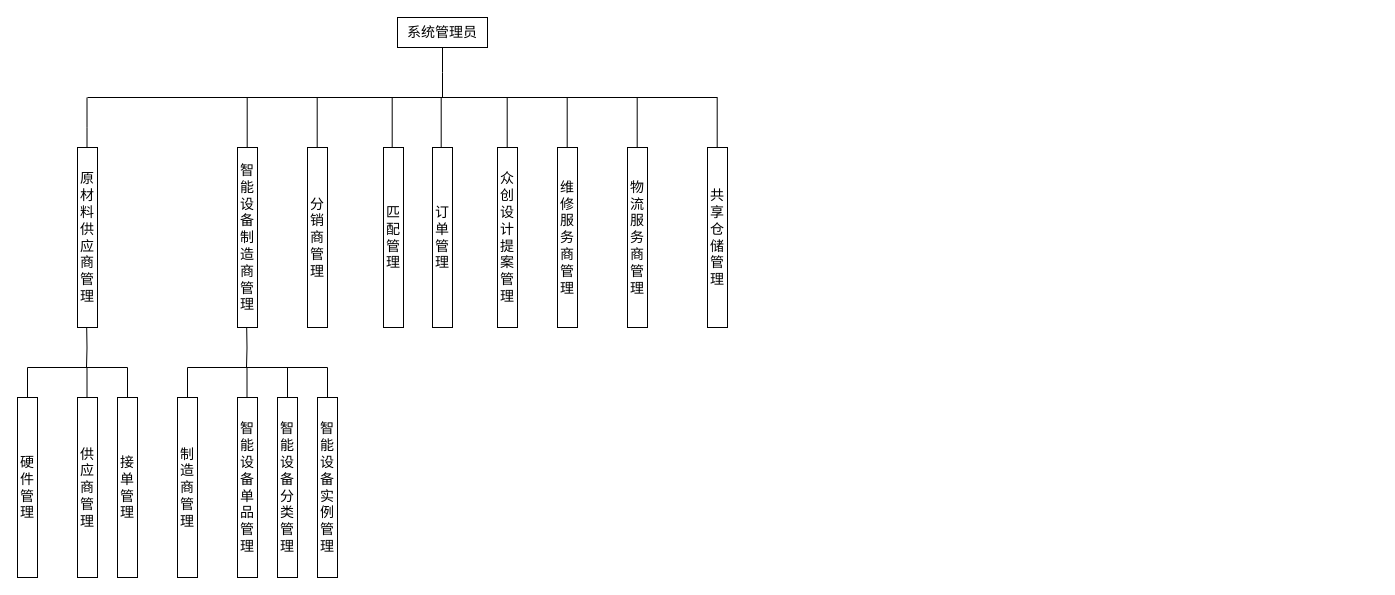
Before: 毕设/功能模块图.drawio in 2919282119/charts, a draw.io diagram. Source tidied: cells renumbered, new cells numbered last; positions are measured from the earlier drawing's top-left corner, leaving out a move shared by most shapes. Both pictures are drawn from the tidied source at 100%, with x=0, y=0 at pixel (17, 17).
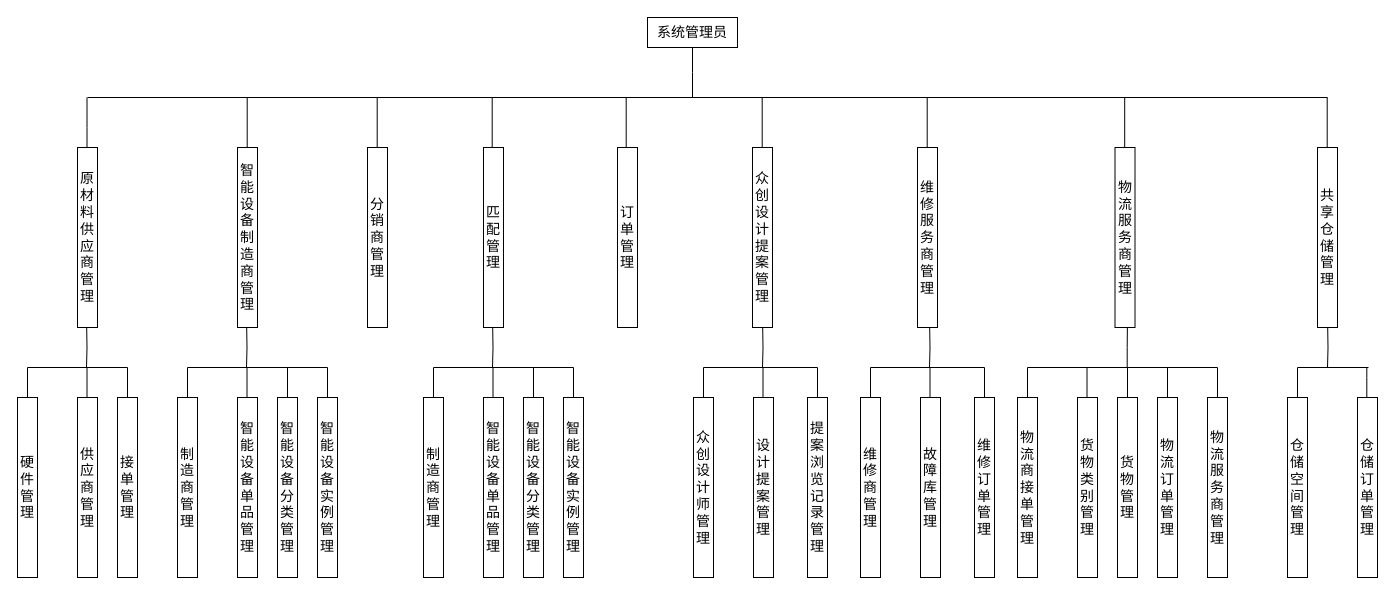
After the change.

Commit message (it also covers changes not shown here):
更新功能模块图.drawio

Change to the diagram source:
```diff
@@
     <mxCell id="2" style="endArrow=none;html=1;rounded=0;strokeColor=default;align=center;verticalAlign=middle;fontFamily=Helvetica;fontSize=11;fontColor=default;labelBackgroundColor=default;edgeStyle=orthogonalEdgeStyle;" parent="1" edge="1">
       <mxGeometry relative="1" as="geometry">
         <mxPoint x="70" y="80" as="sourcePoint" />
-        <mxPoint x="700" y="80" as="targetPoint" />
+        <mxPoint x="1310" y="80" as="targetPoint" />
       </mxGeometry>
     </mxCell>
     <mxCell id="3" style="group;" parent="1" vertex="1">
-      <mxGeometry x="380" width="90" height="80" as="geometry" />
+      <mxGeometry x="630" width="90" height="80" as="geometry" />
     </mxCell>
@@
     <mxCell id="6" value="&lt;font style=&quot;font-size: 14px;&quot;&gt;分销商管理&lt;/font&gt;" style="rounded=0;whiteSpace=wrap;html=1;" parent="1" vertex="1">
-      <mxGeometry x="290" y="130" width="20" height="180" as="geometry" />
+      <mxGeometry x="350" y="130" width="20" height="180" as="geometry" />
     </mxCell>
     <mxCell id="7" value="&lt;span style=&quot;font-size: 14px;&quot;&gt;匹配管理&lt;/span&gt;" style="rounded=0;whiteSpace=wrap;html=1;" parent="1" vertex="1">
-      <mxGeometry x="366" y="130" width="20" height="180" as="geometry" />
+      <mxGeometry x="466" y="130" width="20" height="180" as="geometry" />
     </mxCell>
@@
     <mxCell id="11" value="&lt;span style=&quot;font-size: 14px;&quot;&gt;订单管理&lt;/span&gt;" style="rounded=0;whiteSpace=wrap;html=1;" parent="1" vertex="1">
-      <mxGeometry x="415" y="130" width="20" height="180" as="geometry" />
+      <mxGeometry x="600" y="130" width="20" height="180" as="geometry" />
     </mxCell>
     <mxCell id="12" value="&lt;span style=&quot;font-size: 14px;&quot;&gt;共享仓储管理&lt;/span&gt;" style="rounded=0;whiteSpace=wrap;html=1;" parent="1" vertex="1">
-      <mxGeometry x="690" y="130" width="20" height="180" as="geometry" />
+      <mxGeometry x="1300" y="130" width="20" height="180" as="geometry" />
     </mxCell>
     <mxCell id="13" value="&lt;span style=&quot;font-size: 14px;&quot;&gt;物流服务商管理&lt;/span&gt;" style="rounded=0;whiteSpace=wrap;html=1;" parent="1" vertex="1">
-      <mxGeometry x="610" y="130" width="20" height="180" as="geometry" />
+      <mxGeometry x="1097.5" y="130" width="20" height="180" as="geometry" />
     </mxCell>
     <mxCell id="14" value="&lt;span style=&quot;font-size: 14px;&quot;&gt;维修服务商管理&lt;/span&gt;" style="rounded=0;whiteSpace=wrap;html=1;" parent="1" vertex="1">
-      <mxGeometry x="540" y="130" width="20" height="180" as="geometry" />
+      <mxGeometry x="900" y="130" width="20" height="180" as="geometry" />
     </mxCell>
     <mxCell id="15" value="&lt;span style=&quot;font-size: 14px;&quot;&gt;众创设计提案管理&lt;/span&gt;" style="rounded=0;whiteSpace=wrap;html=1;" parent="1" vertex="1">
-      <mxGeometry x="480" y="130" width="20" height="180" as="geometry" />
+      <mxGeometry x="735" y="130" width="20" height="180" as="geometry" />
     </mxCell>
@@
     <mxCell id="17" style="endArrow=none;html=1;rounded=0;strokeColor=default;align=center;verticalAlign=middle;fontFamily=Helvetica;fontSize=11;fontColor=default;labelBackgroundColor=default;edgeStyle=orthogonalEdgeStyle;" parent="1" edge="1">
       <mxGeometry relative="1" as="geometry">
-        <mxPoint x="374.7" y="130" as="sourcePoint" />
-        <mxPoint x="374.7" y="80" as="targetPoint" />
+        <mxPoint x="474.7" y="130" as="sourcePoint" />
+        <mxPoint x="474.7" y="80" as="targetPoint" />
       </mxGeometry>
     </mxCell>
     <mxCell id="18" style="endArrow=none;html=1;rounded=0;strokeColor=default;align=center;verticalAlign=middle;fontFamily=Helvetica;fontSize=11;fontColor=default;labelBackgroundColor=default;edgeStyle=orthogonalEdgeStyle;" parent="1" edge="1">
       <mxGeometry relative="1" as="geometry">
-        <mxPoint x="299.7" y="130" as="sourcePoint" />
-        <mxPoint x="299.7" y="80" as="targetPoint" />
+        <mxPoint x="359.7" y="130" as="sourcePoint" />
+        <mxPoint x="359.7" y="80" as="targetPoint" />
       </mxGeometry>
     </mxCell>
     <mxCell id="19" style="endArrow=none;html=1;rounded=0;strokeColor=default;align=center;verticalAlign=middle;fontFamily=Helvetica;fontSize=11;fontColor=default;labelBackgroundColor=default;edgeStyle=orthogonalEdgeStyle;" parent="1" edge="1">
       <mxGeometry relative="1" as="geometry">
-        <mxPoint x="489.7" y="130" as="sourcePoint" />
-        <mxPoint x="489.7" y="80" as="targetPoint" />
+        <mxPoint x="744.7" y="130" as="sourcePoint" />
+        <mxPoint x="744.7" y="80" as="targetPoint" />
       </mxGeometry>
     </mxCell>
     <mxCell id="20" style="endArrow=none;html=1;rounded=0;strokeColor=default;align=center;verticalAlign=middle;fontFamily=Helvetica;fontSize=11;fontColor=default;labelBackgroundColor=default;edgeStyle=orthogonalEdgeStyle;" parent="1" edge="1">
       <mxGeometry relative="1" as="geometry">
-        <mxPoint x="549.7" y="130" as="sourcePoint" />
-        <mxPoint x="549.7" y="80" as="targetPoint" />
+        <mxPoint x="909.7" y="130" as="sourcePoint" />
+        <mxPoint x="909.7" y="80" as="targetPoint" />
       </mxGeometry>
     </mxCell>
     <mxCell id="21" style="endArrow=none;html=1;rounded=0;strokeColor=default;align=center;verticalAlign=middle;fontFamily=Helvetica;fontSize=11;fontColor=default;labelBackgroundColor=default;edgeStyle=orthogonalEdgeStyle;" parent="1" edge="1">
       <mxGeometry relative="1" as="geometry">
-        <mxPoint x="423.7" y="130" as="sourcePoint" />
-        <mxPoint x="423.7" y="80" as="targetPoint" />
+        <mxPoint x="608.7" y="130" as="sourcePoint" />
+        <mxPoint x="608.7" y="80" as="targetPoint" />
       </mxGeometry>
     </mxCell>
     <mxCell id="22" style="endArrow=none;html=1;rounded=0;strokeColor=default;align=center;verticalAlign=middle;fontFamily=Helvetica;fontSize=11;fontColor=default;labelBackgroundColor=default;edgeStyle=orthogonalEdgeStyle;" parent="1" edge="1">
       <mxGeometry relative="1" as="geometry">
-        <mxPoint x="619.7" y="130" as="sourcePoint" />
-        <mxPoint x="619.7" y="80" as="targetPoint" />
+        <mxPoint x="1107.2" y="130" as="sourcePoint" />
+        <mxPoint x="1107.2" y="80" as="targetPoint" />
       </mxGeometry>
     </mxCell>
     <mxCell id="23" style="endArrow=none;html=1;rounded=0;strokeColor=default;align=center;verticalAlign=middle;fontFamily=Helvetica;fontSize=11;fontColor=default;labelBackgroundColor=default;edgeStyle=orthogonalEdgeStyle;" parent="1" edge="1">
       <mxGeometry relative="1" as="geometry">
-        <mxPoint x="699.7" y="130" as="sourcePoint" />
-        <mxPoint x="699.7" y="80" as="targetPoint" />
+        <mxPoint x="1309.7" y="130" as="sourcePoint" />
+        <mxPoint x="1309.7" y="80" as="targetPoint" />
       </mxGeometry>
     </mxCell>
@@
+    <mxCell id="44" style="endArrow=none;html=1;rounded=0;strokeColor=default;align=center;verticalAlign=middle;fontFamily=Helvetica;fontSize=11;fontColor=default;labelBackgroundColor=default;edgeStyle=orthogonalEdgeStyle;" parent="1" edge="1">
+      <mxGeometry relative="1" as="geometry">
+        <mxPoint x="556" y="380" as="sourcePoint" />
+        <mxPoint x="556" y="350" as="targetPoint" />
+      </mxGeometry>
+    </mxCell>
+    <mxCell id="45" style="group;" parent="1" vertex="1">
+      <mxGeometry x="406" y="310" width="120" height="250" as="geometry" />
+    </mxCell>
+    <mxCell id="46" style="endArrow=none;html=1;rounded=0;strokeColor=default;align=center;verticalAlign=middle;fontFamily=Helvetica;fontSize=11;fontColor=default;labelBackgroundColor=default;edgeStyle=orthogonalEdgeStyle;" parent="45" edge="1">
+      <mxGeometry relative="1" as="geometry">
+        <mxPoint x="69" y="40" as="sourcePoint" />
+        <mxPoint x="69.2" as="targetPoint" />
+      </mxGeometry>
+    </mxCell>
+    <mxCell id="47" style="endArrow=none;html=1;rounded=0;strokeColor=default;align=center;verticalAlign=middle;fontFamily=Helvetica;fontSize=11;fontColor=default;labelBackgroundColor=default;edgeStyle=orthogonalEdgeStyle;" parent="45" edge="1">
+      <mxGeometry relative="1" as="geometry">
+        <mxPoint x="10" y="40" as="sourcePoint" />
+        <mxPoint x="150" y="40" as="targetPoint" />
+      </mxGeometry>
+    </mxCell>
+    <mxCell id="48" style="endArrow=none;html=1;rounded=0;strokeColor=default;align=center;verticalAlign=middle;fontFamily=Helvetica;fontSize=11;fontColor=default;labelBackgroundColor=default;edgeStyle=orthogonalEdgeStyle;" parent="45" edge="1">
+      <mxGeometry relative="1" as="geometry">
+        <mxPoint x="10" y="70" as="sourcePoint" />
+        <mxPoint x="10" y="40" as="targetPoint" />
+      </mxGeometry>
+    </mxCell>
+    <mxCell id="49" style="endArrow=none;html=1;rounded=0;strokeColor=default;align=center;verticalAlign=middle;fontFamily=Helvetica;fontSize=11;fontColor=default;labelBackgroundColor=default;edgeStyle=orthogonalEdgeStyle;" parent="45" edge="1">
+      <mxGeometry relative="1" as="geometry">
+        <mxPoint x="69.5" y="70" as="sourcePoint" />
+        <mxPoint x="69.5" y="40" as="targetPoint" />
+      </mxGeometry>
+    </mxCell>
+    <mxCell id="50" style="endArrow=none;html=1;rounded=0;strokeColor=default;align=center;verticalAlign=middle;fontFamily=Helvetica;fontSize=11;fontColor=default;labelBackgroundColor=default;edgeStyle=orthogonalEdgeStyle;" parent="45" edge="1">
+      <mxGeometry relative="1" as="geometry">
+        <mxPoint x="110" y="70" as="sourcePoint" />
+        <mxPoint x="110" y="40" as="targetPoint" />
+      </mxGeometry>
+    </mxCell>
+    <mxCell id="51" value="&lt;font style=&quot;font-size: 14px;&quot;&gt;制造商管理&lt;/font&gt;" style="rounded=0;whiteSpace=wrap;html=1;" parent="45" vertex="1">
+      <mxGeometry y="70" width="20" height="180" as="geometry" />
+    </mxCell>
+    <mxCell id="52" value="&lt;font style=&quot;font-size: 14px;&quot;&gt;智能设备分类管理&lt;/font&gt;" style="rounded=0;whiteSpace=wrap;html=1;" parent="45" vertex="1">
+      <mxGeometry x="100" y="70" width="20" height="180" as="geometry" />
+    </mxCell>
+    <mxCell id="53" value="&lt;font style=&quot;font-size: 14px;&quot;&gt;智能设备单品管理&lt;/font&gt;" style="rounded=0;whiteSpace=wrap;html=1;" parent="45" vertex="1">
+      <mxGeometry x="60" y="70" width="20" height="180" as="geometry" />
+    </mxCell>
+    <mxCell id="54" value="&lt;font style=&quot;font-size: 14px;&quot;&gt;智能设备实例管理&lt;/font&gt;" style="rounded=0;whiteSpace=wrap;html=1;" parent="1" vertex="1">
+      <mxGeometry x="546" y="380" width="20" height="180" as="geometry" />
+    </mxCell>
+    <mxCell id="55" style="endArrow=none;html=1;rounded=0;strokeColor=default;align=center;verticalAlign=middle;fontFamily=Helvetica;fontSize=11;fontColor=default;labelBackgroundColor=default;edgeStyle=orthogonalEdgeStyle;" parent="1" edge="1">
+      <mxGeometry relative="1" as="geometry">
+        <mxPoint x="800" y="380" as="sourcePoint" />
+        <mxPoint x="800" y="350" as="targetPoint" />
+      </mxGeometry>
+    </mxCell>
+    <mxCell id="56" value="&lt;font style=&quot;font-size: 14px;&quot;&gt;提案浏览记录管理&lt;/font&gt;" style="rounded=0;whiteSpace=wrap;html=1;" parent="1" vertex="1">
+      <mxGeometry x="790" y="380" width="20" height="180" as="geometry" />
+    </mxCell>
+    <mxCell id="57" style="endArrow=none;html=1;rounded=0;strokeColor=default;align=center;verticalAlign=middle;fontFamily=Helvetica;fontSize=11;fontColor=default;labelBackgroundColor=default;edgeStyle=orthogonalEdgeStyle;" parent="1" edge="1">
+      <mxGeometry relative="1" as="geometry">
+        <mxPoint x="745" y="350" as="sourcePoint" />
+        <mxPoint x="745.2" y="310" as="targetPoint" />
+      </mxGeometry>
+    </mxCell>
+    <mxCell id="58" style="endArrow=none;html=1;rounded=0;strokeColor=default;align=center;verticalAlign=middle;fontFamily=Helvetica;fontSize=11;fontColor=default;labelBackgroundColor=default;edgeStyle=orthogonalEdgeStyle;" parent="1" edge="1">
+      <mxGeometry relative="1" as="geometry">
+        <mxPoint x="686" y="350" as="sourcePoint" />
+        <mxPoint x="800" y="350" as="targetPoint" />
+      </mxGeometry>
+    </mxCell>
+    <mxCell id="59" style="endArrow=none;html=1;rounded=0;strokeColor=default;align=center;verticalAlign=middle;fontFamily=Helvetica;fontSize=11;fontColor=default;labelBackgroundColor=default;edgeStyle=orthogonalEdgeStyle;" parent="1" edge="1">
+      <mxGeometry relative="1" as="geometry">
+        <mxPoint x="686" y="380" as="sourcePoint" />
+        <mxPoint x="686" y="350" as="targetPoint" />
+      </mxGeometry>
+    </mxCell>
+    <mxCell id="60" style="endArrow=none;html=1;rounded=0;strokeColor=default;align=center;verticalAlign=middle;fontFamily=Helvetica;fontSize=11;fontColor=default;labelBackgroundColor=default;edgeStyle=orthogonalEdgeStyle;" parent="1" edge="1">
+      <mxGeometry relative="1" as="geometry">
+        <mxPoint x="745.5" y="380" as="sourcePoint" />
+        <mxPoint x="745.5" y="350" as="targetPoint" />
+      </mxGeometry>
+    </mxCell>
+    <mxCell id="61" value="&lt;font style=&quot;font-size: 14px;&quot;&gt;众创设计师管理&lt;/font&gt;" style="rounded=0;whiteSpace=wrap;html=1;" parent="1" vertex="1">
+      <mxGeometry x="676" y="380" width="20" height="180" as="geometry" />
+    </mxCell>
+    <mxCell id="62" value="&lt;font style=&quot;font-size: 14px;&quot;&gt;设计提案管理&lt;/font&gt;" style="rounded=0;whiteSpace=wrap;html=1;" parent="1" vertex="1">
+      <mxGeometry x="736" y="380" width="20" height="180" as="geometry" />
+    </mxCell>
+    <mxCell id="63" style="endArrow=none;html=1;rounded=0;strokeColor=default;align=center;verticalAlign=middle;fontFamily=Helvetica;fontSize=11;fontColor=default;labelBackgroundColor=default;edgeStyle=orthogonalEdgeStyle;" parent="1" edge="1">
+      <mxGeometry relative="1" as="geometry">
+        <mxPoint x="967" y="380" as="sourcePoint" />
+        <mxPoint x="967" y="350" as="targetPoint" />
+      </mxGeometry>
+    </mxCell>
+    <mxCell id="64" value="&lt;font style=&quot;font-size: 14px;&quot;&gt;维修订单管理&lt;/font&gt;" style="rounded=0;whiteSpace=wrap;html=1;" parent="1" vertex="1">
+      <mxGeometry x="957" y="380" width="20" height="180" as="geometry" />
+    </mxCell>
+    <mxCell id="65" style="endArrow=none;html=1;rounded=0;strokeColor=default;align=center;verticalAlign=middle;fontFamily=Helvetica;fontSize=11;fontColor=default;labelBackgroundColor=default;edgeStyle=orthogonalEdgeStyle;" parent="1" edge="1">
+      <mxGeometry relative="1" as="geometry">
+        <mxPoint x="912" y="350" as="sourcePoint" />
+        <mxPoint x="912.2" y="310" as="targetPoint" />
+      </mxGeometry>
+    </mxCell>
+    <mxCell id="66" style="endArrow=none;html=1;rounded=0;strokeColor=default;align=center;verticalAlign=middle;fontFamily=Helvetica;fontSize=11;fontColor=default;labelBackgroundColor=default;edgeStyle=orthogonalEdgeStyle;" parent="1" edge="1">
+      <mxGeometry relative="1" as="geometry">
+        <mxPoint x="853" y="350" as="sourcePoint" />
+        <mxPoint x="967" y="350" as="targetPoint" />
+      </mxGeometry>
+    </mxCell>
+    <mxCell id="67" style="endArrow=none;html=1;rounded=0;strokeColor=default;align=center;verticalAlign=middle;fontFamily=Helvetica;fontSize=11;fontColor=default;labelBackgroundColor=default;edgeStyle=orthogonalEdgeStyle;" parent="1" edge="1">
+      <mxGeometry relative="1" as="geometry">
+        <mxPoint x="853" y="380" as="sourcePoint" />
+        <mxPoint x="853" y="350" as="targetPoint" />
+      </mxGeometry>
+    </mxCell>
+    <mxCell id="68" style="endArrow=none;html=1;rounded=0;strokeColor=default;align=center;verticalAlign=middle;fontFamily=Helvetica;fontSize=11;fontColor=default;labelBackgroundColor=default;edgeStyle=orthogonalEdgeStyle;" parent="1" edge="1">
+      <mxGeometry relative="1" as="geometry">
+        <mxPoint x="912.5" y="380" as="sourcePoint" />
+        <mxPoint x="912.5" y="350" as="targetPoint" />
+      </mxGeometry>
+    </mxCell>
+    <mxCell id="69" value="&lt;font style=&quot;font-size: 14px;&quot;&gt;维修商管理&lt;/font&gt;" style="rounded=0;whiteSpace=wrap;html=1;" parent="1" vertex="1">
+      <mxGeometry x="843" y="380" width="20" height="180" as="geometry" />
+    </mxCell>
+    <mxCell id="70" value="&lt;font style=&quot;font-size: 14px;&quot;&gt;故障库管理&lt;/font&gt;" style="rounded=0;whiteSpace=wrap;html=1;" parent="1" vertex="1">
+      <mxGeometry x="903" y="380" width="20" height="180" as="geometry" />
+    </mxCell>
+    <mxCell id="71" style="endArrow=none;html=1;rounded=0;strokeColor=default;align=center;verticalAlign=middle;fontFamily=Helvetica;fontSize=11;fontColor=default;labelBackgroundColor=default;edgeStyle=orthogonalEdgeStyle;" parent="1" edge="1">
+      <mxGeometry relative="1" as="geometry">
+        <mxPoint x="1150" y="380" as="sourcePoint" />
+        <mxPoint x="1150" y="350" as="targetPoint" />
+      </mxGeometry>
+    </mxCell>
+    <mxCell id="72" value="&lt;font style=&quot;font-size: 14px;&quot;&gt;物流订单管理&lt;/font&gt;" style="rounded=0;whiteSpace=wrap;html=1;" parent="1" vertex="1">
+      <mxGeometry x="1140" y="380" width="20" height="180" as="geometry" />
+    </mxCell>
+    <mxCell id="73" style="endArrow=none;html=1;rounded=0;strokeColor=default;align=center;verticalAlign=middle;fontFamily=Helvetica;fontSize=11;fontColor=default;labelBackgroundColor=default;edgeStyle=orthogonalEdgeStyle;" parent="1" edge="1">
+      <mxGeometry relative="1" as="geometry">
+        <mxPoint x="1109.7" y="350" as="sourcePoint" />
+        <mxPoint x="1109.9" y="310" as="targetPoint" />
+        <Array as="points">
+          <mxPoint x="1109.7" y="330" />
+          <mxPoint x="1109.7" y="330" />
+        </Array>
+      </mxGeometry>
+    </mxCell>
+    <mxCell id="74" style="endArrow=none;html=1;rounded=0;strokeColor=default;align=center;verticalAlign=middle;fontFamily=Helvetica;fontSize=11;fontColor=default;labelBackgroundColor=default;edgeStyle=orthogonalEdgeStyle;" parent="1" edge="1">
+      <mxGeometry relative="1" as="geometry">
+        <mxPoint x="1010" y="350" as="sourcePoint" />
+        <mxPoint x="1200" y="350" as="targetPoint" />
+      </mxGeometry>
+    </mxCell>
+    <mxCell id="75" style="endArrow=none;html=1;rounded=0;strokeColor=default;align=center;verticalAlign=middle;fontFamily=Helvetica;fontSize=11;fontColor=default;labelBackgroundColor=default;edgeStyle=orthogonalEdgeStyle;" parent="1" edge="1">
+      <mxGeometry relative="1" as="geometry">
+        <mxPoint x="1010" y="380" as="sourcePoint" />
+        <mxPoint x="1010" y="350" as="targetPoint" />
+      </mxGeometry>
+    </mxCell>
+    <mxCell id="76" style="endArrow=none;html=1;rounded=0;strokeColor=default;align=center;verticalAlign=middle;fontFamily=Helvetica;fontSize=11;fontColor=default;labelBackgroundColor=default;edgeStyle=orthogonalEdgeStyle;" parent="1" edge="1">
+      <mxGeometry relative="1" as="geometry">
+        <mxPoint x="1069.5" y="380" as="sourcePoint" />
+        <mxPoint x="1069.5" y="350" as="targetPoint" />
+      </mxGeometry>
+    </mxCell>
+    <mxCell id="77" style="endArrow=none;html=1;rounded=0;strokeColor=default;align=center;verticalAlign=middle;fontFamily=Helvetica;fontSize=11;fontColor=default;labelBackgroundColor=default;edgeStyle=orthogonalEdgeStyle;" parent="1" edge="1">
+      <mxGeometry relative="1" as="geometry">
+        <mxPoint x="1110" y="380" as="sourcePoint" />
+        <mxPoint x="1110" y="350" as="targetPoint" />
+      </mxGeometry>
+    </mxCell>
+    <mxCell id="78" value="&lt;font style=&quot;font-size: 14px;&quot;&gt;物流商接单管理&lt;/font&gt;" style="rounded=0;whiteSpace=wrap;html=1;" parent="1" vertex="1">
+      <mxGeometry x="1000" y="380" width="20" height="180" as="geometry" />
+    </mxCell>
+    <mxCell id="79" value="&lt;font style=&quot;font-size: 14px;&quot;&gt;货物管理&lt;/font&gt;" style="rounded=0;whiteSpace=wrap;html=1;" parent="1" vertex="1">
+      <mxGeometry x="1100" y="380" width="20" height="180" as="geometry" />
+    </mxCell>
+    <mxCell id="80" value="&lt;font style=&quot;font-size: 14px;&quot;&gt;货物类别管理&lt;/font&gt;" style="rounded=0;whiteSpace=wrap;html=1;" parent="1" vertex="1">
+      <mxGeometry x="1060" y="380" width="20" height="180" as="geometry" />
+    </mxCell>
+    <mxCell id="81" style="endArrow=none;html=1;rounded=0;strokeColor=default;align=center;verticalAlign=middle;fontFamily=Helvetica;fontSize=11;fontColor=default;labelBackgroundColor=default;edgeStyle=orthogonalEdgeStyle;" parent="1" edge="1">
+      <mxGeometry relative="1" as="geometry">
+        <mxPoint x="1200" y="380" as="sourcePoint" />
+        <mxPoint x="1200" y="350" as="targetPoint" />
+      </mxGeometry>
+    </mxCell>
+    <mxCell id="82" value="&lt;font style=&quot;font-size: 14px;&quot;&gt;物流服务商管理&lt;/font&gt;" style="rounded=0;whiteSpace=wrap;html=1;" parent="1" vertex="1">
+      <mxGeometry x="1190" y="380" width="20" height="180" as="geometry" />
+    </mxCell>
+    <mxCell id="83" style="endArrow=none;html=1;rounded=0;strokeColor=default;align=center;verticalAlign=middle;fontFamily=Helvetica;fontSize=11;fontColor=default;labelBackgroundColor=default;edgeStyle=orthogonalEdgeStyle;" parent="1" edge="1">
+      <mxGeometry relative="1" as="geometry">
+        <mxPoint x="1310" y="350" as="sourcePoint" />
+        <mxPoint x="1310.2" y="310" as="targetPoint" />
+      </mxGeometry>
+    </mxCell>
+    <mxCell id="84" style="endArrow=none;html=1;rounded=0;strokeColor=default;align=center;verticalAlign=middle;fontFamily=Helvetica;fontSize=11;fontColor=default;labelBackgroundColor=default;edgeStyle=orthogonalEdgeStyle;" parent="1" edge="1">
+      <mxGeometry relative="1" as="geometry">
+        <mxPoint x="1280" y="350" as="sourcePoint" />
+        <mxPoint x="1351" y="350" as="targetPoint" />
+      </mxGeometry>
+    </mxCell>
+    <mxCell id="85" style="endArrow=none;html=1;rounded=0;strokeColor=default;align=center;verticalAlign=middle;fontFamily=Helvetica;fontSize=11;fontColor=default;labelBackgroundColor=default;edgeStyle=orthogonalEdgeStyle;" parent="1" edge="1">
+      <mxGeometry relative="1" as="geometry">
+        <mxPoint x="1280" y="380" as="sourcePoint" />
+        <mxPoint x="1280" y="350" as="targetPoint" />
+      </mxGeometry>
+    </mxCell>
+    <mxCell id="86" style="endArrow=none;html=1;rounded=0;strokeColor=default;align=center;verticalAlign=middle;fontFamily=Helvetica;fontSize=11;fontColor=default;labelBackgroundColor=default;edgeStyle=orthogonalEdgeStyle;" parent="1" edge="1">
+      <mxGeometry relative="1" as="geometry">
+        <mxPoint x="1349.3" y="380" as="sourcePoint" />
+        <mxPoint x="1349.3" y="350" as="targetPoint" />
+        <Array as="points">
+          <mxPoint x="1349.8" y="360" />
+          <mxPoint x="1349.8" y="360" />
+        </Array>
+      </mxGeometry>
+    </mxCell>
+    <mxCell id="87" value="&lt;font style=&quot;font-size: 14px;&quot;&gt;仓储空间管理&lt;/font&gt;" style="rounded=0;whiteSpace=wrap;html=1;" parent="1" vertex="1">
+      <mxGeometry x="1270" y="380" width="20" height="180" as="geometry" />
+    </mxCell>
+    <mxCell id="88" value="&lt;font style=&quot;font-size: 14px;&quot;&gt;仓储订单管理&lt;/font&gt;" style="rounded=0;whiteSpace=wrap;html=1;" parent="1" vertex="1">
+      <mxGeometry x="1340" y="380" width="20" height="180" as="geometry" />
+    </mxCell>
```
